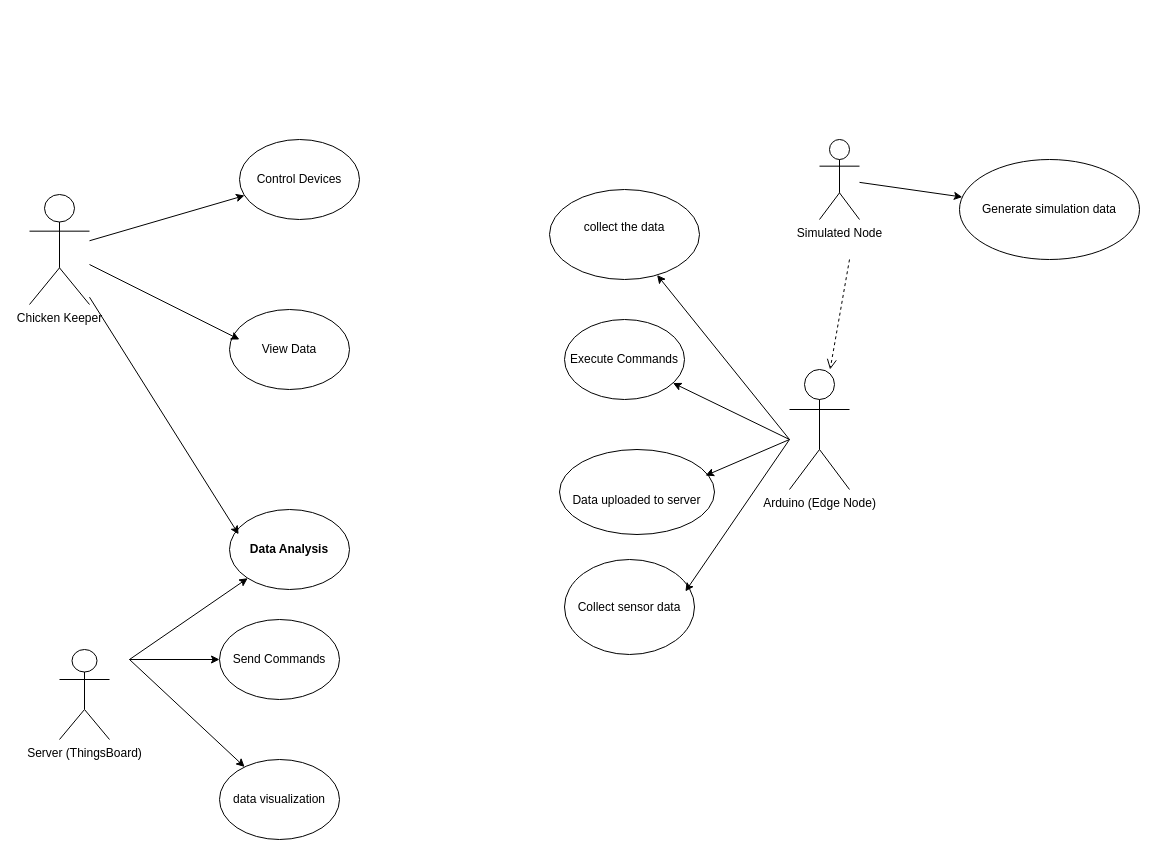
XingxingLiao/TEST keeps this draw.io diagram as Requirement_UseCase_Diagram.drawio. Above is the earlier version. Source tidied: cells renumbered, new cells numbered last; positions are measured from the earlier drawing's top-left corner, leaving out a move shared by most shapes. Both pictures are drawn from the tidied source at 100%, with x=0, y=0 at pixel (29, 139).
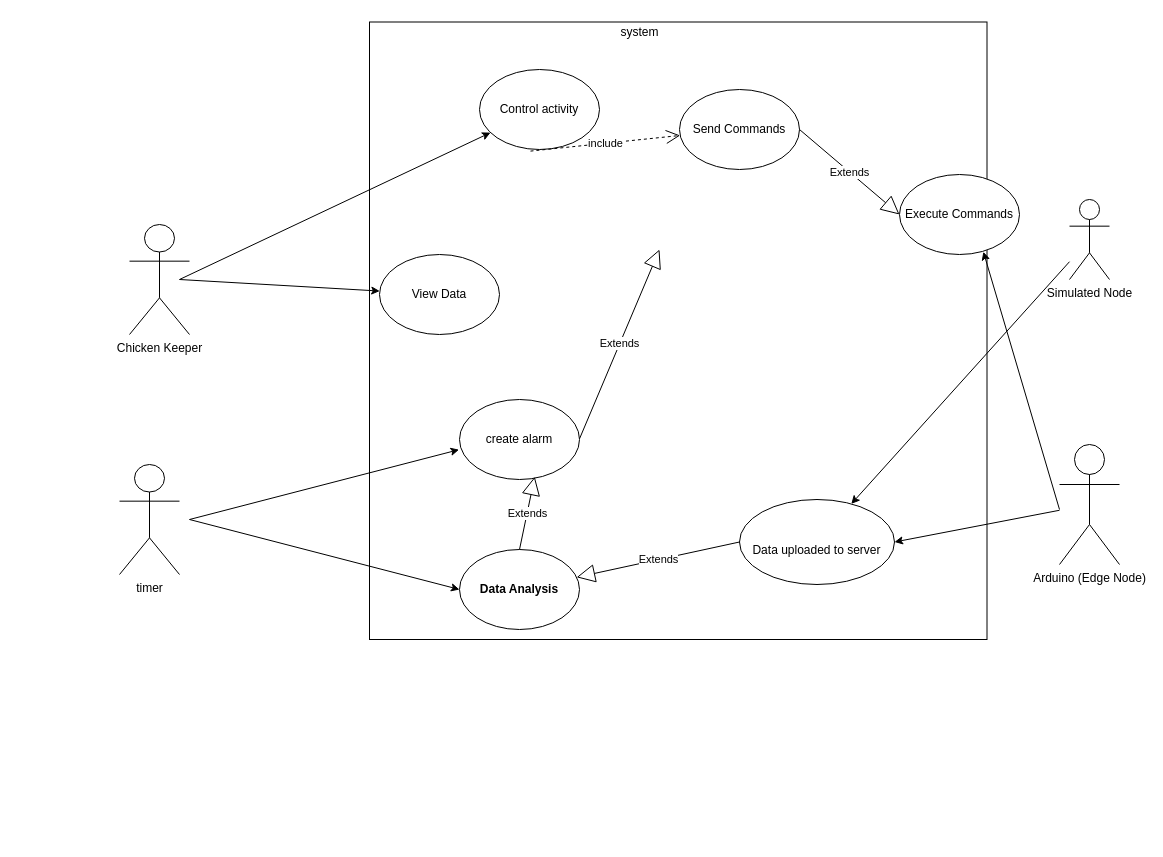
The same page after the edit.

Change to the diagram source:
```diff
@@
-    <mxCell id="2" value="Chicken Keeper" style="shape=umlActor;verticalLabelPosition=bottom;verticalAlign=top;html=1;outlineConnect=0;" parent="1" vertex="1">
-      <mxGeometry y="55" width="60" height="110" as="geometry" />
+    <mxCell id="2" value="Chicken Keeper" style="shape=umlActor;verticalLabelPosition=bottom;verticalAlign=top;html=1;outlineConnect=0;labelBackgroundColor=none;" parent="1" vertex="1">
+      <mxGeometry x="100" y="85" width="60" height="110" as="geometry" />
     </mxCell>
-    <mxCell id="3" value="collect the data&lt;div&gt;&lt;br&gt;&lt;/div&gt;" style="ellipse;whiteSpace=wrap;html=1;" parent="1" vertex="1">
-      <mxGeometry x="520" y="50" width="150" height="90" as="geometry" />
-    </mxCell>
-    <mxCell id="4" value="Arduino (Edge Node)" style="shape=umlActor;verticalLabelPosition=bottom;verticalAlign=top;html=1;outlineConnect=0;" parent="1" vertex="1">
-      <mxGeometry x="760" y="230" width="60" height="120" as="geometry" />
+    <mxCell id="4" value="Arduino (Edge Node)" style="shape=umlActor;verticalLabelPosition=bottom;verticalAlign=top;html=1;outlineConnect=0;labelBackgroundColor=none;" parent="1" vertex="1">
+      <mxGeometry x="1030" y="305" width="60" height="120" as="geometry" />
     </mxCell>
+    <mxCell id="20" value="Simulated Node" style="shape=umlActor;verticalLabelPosition=bottom;verticalAlign=top;html=1;outlineConnect=0;labelBackgroundColor=none;" parent="1" vertex="1">
+      <mxGeometry x="1040" y="60" width="40" height="80" as="geometry" />
+    </mxCell>
+    <mxCell id="28" style="whiteSpace=wrap;html=1;labelBackgroundColor=none;" parent="1" vertex="1">
+      <mxGeometry x="340" y="-117.5" width="617.5" height="617.5" as="geometry" />
+    </mxCell>
+    <mxCell id="29" value="Control activity" style="ellipse;whiteSpace=wrap;html=1;labelBackgroundColor=none;" parent="1" vertex="1">
+      <mxGeometry x="450" y="-70" width="120" height="80" as="geometry" />
+    </mxCell>
+    <mxCell id="9" value="View Data" style="ellipse;whiteSpace=wrap;html=1;labelBackgroundColor=none;" parent="1" vertex="1">
+      <mxGeometry x="350" y="115" width="120" height="80" as="geometry" />
+    </mxCell>
+    <mxCell id="7" value="&lt;strong&gt;Data Analysis&lt;/strong&gt;" style="ellipse;whiteSpace=wrap;html=1;labelBackgroundColor=none;" parent="1" vertex="1">
+      <mxGeometry x="430" y="410" width="120" height="80" as="geometry" />
+    </mxCell>
+    <mxCell id="23" value="Send Commands" style="ellipse;whiteSpace=wrap;html=1;labelBackgroundColor=none;" parent="1" vertex="1">
+      <mxGeometry x="650" y="-50" width="120" height="80" as="geometry" />
+    </mxCell>
+    <mxCell id="14" value="Execute Commands" style="ellipse;whiteSpace=wrap;html=1;labelBackgroundColor=none;" parent="1" vertex="1">
+      <mxGeometry x="870" y="35" width="120" height="80" as="geometry" />
+    </mxCell>
-    <mxCell id="5" value="&lt;div style=&quot;text-wrap-mode: nowrap;&quot;&gt;&lt;br&gt;&lt;/div&gt;&lt;div style=&quot;text-wrap-mode: nowrap;&quot;&gt;Data uploaded to server&lt;/div&gt;" style="ellipse;whiteSpace=wrap;html=1;" parent="1" vertex="1">
-      <mxGeometry x="530" y="310" width="155" height="85" as="geometry" />
+    <mxCell id="5" value="&lt;div style=&quot;text-wrap-mode: nowrap;&quot;&gt;&lt;br&gt;&lt;/div&gt;&lt;div style=&quot;text-wrap-mode: nowrap;&quot;&gt;Data uploaded to server&lt;/div&gt;" style="ellipse;whiteSpace=wrap;html=1;labelBackgroundColor=none;" parent="1" vertex="1">
+      <mxGeometry x="710" y="360" width="155" height="85" as="geometry" />
     </mxCell>
-    <mxCell id="6" value="&lt;span style=&quot;text-wrap-mode: nowrap;&quot;&gt;data visualization&lt;/span&gt;" style="ellipse;whiteSpace=wrap;html=1;" parent="1" vertex="1">
-      <mxGeometry x="190" y="620" width="120" height="80" as="geometry" />
-    </mxCell>
-    <mxCell id="7" value="&lt;strong&gt;Data Analysis&lt;/strong&gt;" style="ellipse;whiteSpace=wrap;html=1;" parent="1" vertex="1">
-      <mxGeometry x="200" y="370" width="120" height="80" as="geometry" />
-    </mxCell>
-    <mxCell id="8" value="&lt;span style=&quot;text-wrap-mode: nowrap;&quot;&gt;Generate simulation data&lt;/span&gt;" style="ellipse;whiteSpace=wrap;html=1;" parent="1" vertex="1">
-      <mxGeometry x="930" y="20" width="180" height="100" as="geometry" />
-    </mxCell>
-    <mxCell id="9" value="View Data" style="ellipse;whiteSpace=wrap;html=1;" parent="1" vertex="1">
-      <mxGeometry x="200" y="170" width="120" height="80" as="geometry" />
-    </mxCell>
-    <mxCell id="10" value="Control Devices" style="ellipse;whiteSpace=wrap;html=1;" parent="1" vertex="1">
-      <mxGeometry x="210" width="120" height="80" as="geometry" />
-    </mxCell>
-    <mxCell id="11" style="endArrow=classic;html=1;rounded=0;entryX=0.076;entryY=0.31;entryDx=0;entryDy=0;entryPerimeter=0;" parent="1" edge="1" source="2" target="7">
-      <mxGeometry relative="1" as="geometry" />
-    </mxCell>
-    <mxCell id="12" style="endArrow=classic;html=1;rounded=0;entryX=0.083;entryY=0.375;entryDx=0;entryDy=0;entryPerimeter=0;" parent="1" edge="1" source="2" target="9">
-      <mxGeometry relative="1" as="geometry" />
-    </mxCell>
-    <mxCell id="13" style="endArrow=classic;html=1;rounded=0;" parent="1" edge="1" source="2" target="10">
-      <mxGeometry relative="1" as="geometry" />
-    </mxCell>
-    <mxCell id="14" value="Execute Commands" style="ellipse;whiteSpace=wrap;html=1;" parent="1" vertex="1">
-      <mxGeometry x="535" y="180" width="120" height="80" as="geometry" />
-    </mxCell>
-    <mxCell id="15" value="&lt;span style=&quot;text-wrap-mode: nowrap;&quot;&gt;Collect sensor data&lt;/span&gt;" style="ellipse;whiteSpace=wrap;html=1;" parent="1" vertex="1">
-      <mxGeometry x="535" y="420" width="130" height="95" as="geometry" />
-    </mxCell>
-    <mxCell id="16" style="endArrow=classic;html=1;rounded=0;" parent="1" edge="1" target="3">
-      <mxGeometry relative="1" as="geometry">
-        <mxPoint x="760" y="300" as="sourcePoint" />
-      </mxGeometry>
-    </mxCell>
-    <mxCell id="17" style="endArrow=classic;html=1;rounded=0;" parent="1" edge="1" target="14">
-      <mxGeometry relative="1" as="geometry">
-        <mxPoint x="760" y="300" as="sourcePoint" />
-      </mxGeometry>
-    </mxCell>
-    <mxCell id="18" style="endArrow=classic;html=1;rounded=0;entryX=0.942;entryY=0.307;entryDx=0;entryDy=0;entryPerimeter=0;" parent="1" edge="1" target="5">
-      <mxGeometry relative="1" as="geometry">
-        <mxPoint x="760" y="300" as="sourcePoint" />
-      </mxGeometry>
-    </mxCell>
-    <mxCell id="19" style="endArrow=classic;html=1;rounded=0;entryX=0.93;entryY=0.336;entryDx=0;entryDy=0;entryPerimeter=0;" parent="1" edge="1" target="15">
-      <mxGeometry relative="1" as="geometry">
-        <mxPoint x="760" y="300" as="sourcePoint" />
-      </mxGeometry>
-    </mxCell>
-    <mxCell id="20" value="Simulated Node" style="shape=umlActor;verticalLabelPosition=bottom;verticalAlign=top;html=1;outlineConnect=0;" parent="1" vertex="1">
-      <mxGeometry x="790" width="40" height="80" as="geometry" />
-    </mxCell>
-    <mxCell id="21" style="endArrow=classic;html=1;rounded=0;" parent="1" edge="1" source="20" target="8">
-      <mxGeometry relative="1" as="geometry" />
-    </mxCell>
-    <mxCell id="22" value="Server (ThingsBoard)" style="shape=umlActor;verticalLabelPosition=bottom;verticalAlign=top;html=1;" parent="1" vertex="1">
-      <mxGeometry x="30" y="510" width="50" height="90" as="geometry" />
-    </mxCell>
-    <mxCell id="23" value="Send Commands" style="ellipse;whiteSpace=wrap;html=1;" parent="1" vertex="1">
-      <mxGeometry x="190" y="480" width="120" height="80" as="geometry" />
-    </mxCell>
-    <mxCell id="24" style="endArrow=classic;html=1;rounded=0;entryX=0;entryY=0.5;entryDx=0;entryDy=0;" parent="1" edge="1" target="23">
-      <mxGeometry relative="1" as="geometry">
-        <mxPoint x="100" y="520" as="sourcePoint" />
-      </mxGeometry>
-    </mxCell>
-    <mxCell id="25" style="endArrow=classic;html=1;rounded=0;" parent="1" edge="1" target="6">
-      <mxGeometry relative="1" as="geometry">
-        <mxPoint x="100" y="520" as="sourcePoint" />
-      </mxGeometry>
-    </mxCell>
-    <mxCell id="26" style="endArrow=classic;html=1;rounded=0;" parent="1" edge="1" target="7">
-      <mxGeometry relative="1" as="geometry">
-        <mxPoint x="100" y="520" as="sourcePoint" />
-      </mxGeometry>
-    </mxCell>
-    <mxCell id="27" style="html=1;verticalAlign=bottom;endArrow=open;dashed=1;endSize=8;curved=0;rounded=0;" parent="1" edge="1" target="4">
-      <mxGeometry relative="1" as="geometry">
-        <mxPoint x="820" y="120" as="sourcePoint" />
-      </mxGeometry>
-    </mxCell>
+    <mxCell id="30" value="&lt;font color=&quot;#000000&quot;&gt;system&lt;/font&gt;" style="text;html=1;align=center;verticalAlign=middle;strokeColor=none;fillColor=none;labelBackgroundColor=none;" parent="1" vertex="1">
+      <mxGeometry x="580" y="-122" width="60" height="30" as="geometry" />
+    </mxCell>
+    <mxCell id="31" value="timer&lt;div&gt;&lt;br&gt;&lt;/div&gt;" style="shape=umlActor;verticalLabelPosition=bottom;verticalAlign=top;html=1;labelBackgroundColor=none;" parent="1" vertex="1">
+      <mxGeometry x="90" y="325" width="60" height="110" as="geometry" />
+    </mxCell>
+    <mxCell id="32" style="endArrow=classic;html=1;rounded=0;fontColor=default;entryX=0;entryY=0.5;entryDx=0;entryDy=0;textShadow=1;labelBackgroundColor=none;" parent="1" edge="1" target="7">
+      <mxGeometry relative="1" as="geometry">
+        <mxPoint x="160" y="380" as="sourcePoint" />
+      </mxGeometry>
+    </mxCell>
+    <mxCell id="33" value="create alarm" style="ellipse;whiteSpace=wrap;html=1;" parent="1" vertex="1">
+      <mxGeometry x="430" y="260" width="120" height="80" as="geometry" />
+    </mxCell>
+    <mxCell id="34" style="endArrow=classic;html=1;rounded=0;" parent="1" edge="1" target="9">
+      <mxGeometry relative="1" as="geometry">
+        <mxPoint x="150" y="140" as="sourcePoint" />
+      </mxGeometry>
+    </mxCell>
+    <mxCell id="35" style="endArrow=classic;html=1;rounded=0;" parent="1" edge="1" target="29">
+      <mxGeometry relative="1" as="geometry">
+        <mxPoint x="150" y="140" as="sourcePoint" />
+      </mxGeometry>
+    </mxCell>
+    <mxCell id="36" style="endArrow=classic;html=1;rounded=0;entryX=1;entryY=0.5;entryDx=0;entryDy=0;" parent="1" edge="1" source="4" target="5">
+      <mxGeometry relative="1" as="geometry" />
+    </mxCell>
+    <mxCell id="37" style="endArrow=classic;html=1;rounded=0;" parent="1" edge="1" source="20" target="5">
+      <mxGeometry relative="1" as="geometry" />
+    </mxCell>
+    <mxCell id="38" value="Extends" style="endArrow=block;endSize=16;endFill=0;html=1;rounded=0;exitX=0;exitY=0.5;exitDx=0;exitDy=0;" parent="1" edge="1" source="5" target="7">
+      <mxGeometry relative="1" as="geometry" />
+    </mxCell>
+    <mxCell id="39" style="endArrow=classic;html=1;rounded=0;entryX=-0.004;entryY=0.627;entryDx=0;entryDy=0;entryPerimeter=0;" parent="1" edge="1" target="33">
+      <mxGeometry relative="1" as="geometry">
+        <mxPoint x="160" y="380" as="sourcePoint" />
+      </mxGeometry>
+    </mxCell>
+    <mxCell id="40" value="Extends" style="endArrow=block;endSize=16;endFill=0;html=1;rounded=0;exitX=1;exitY=0.5;exitDx=0;exitDy=0;entryX=0;entryY=0.5;entryDx=0;entryDy=0;" parent="1" edge="1" source="23" target="14">
+      <mxGeometry relative="1" as="geometry" />
+    </mxCell>
+    <mxCell id="41" value="Extends" style="endArrow=block;endSize=16;endFill=0;html=1;rounded=0;" parent="1" edge="1">
+      <mxGeometry relative="1" as="geometry">
+        <mxPoint x="550" y="299.3" as="sourcePoint" />
+        <mxPoint x="630" y="110" as="targetPoint" />
+      </mxGeometry>
+    </mxCell>
+    <mxCell id="42" value="Extends" style="endArrow=block;endSize=16;endFill=0;html=1;rounded=0;entryX=0.627;entryY=0.966;entryDx=0;entryDy=0;entryPerimeter=0;" parent="1" edge="1" target="33">
+      <mxGeometry relative="1" as="geometry">
+        <mxPoint x="490" y="410" as="sourcePoint" />
+      </mxGeometry>
+    </mxCell>
+    <mxCell id="43" style="endArrow=classic;html=1;rounded=0;entryX=0.699;entryY=0.966;entryDx=0;entryDy=0;entryPerimeter=0;" parent="1" edge="1" target="14">
+      <mxGeometry relative="1" as="geometry">
+        <mxPoint x="1030" y="370" as="sourcePoint" />
+      </mxGeometry>
+    </mxCell>
+    <mxCell id="44" value="include" style="endArrow=open;endSize=12;dashed=1;html=1;rounded=0;strokeColor=default;align=center;verticalAlign=middle;fontFamily=Helvetica;fontSize=11;fontColor=default;labelBackgroundColor=default;exitX=0.425;exitY=1.02;exitDx=0;exitDy=0;exitPerimeter=0;" parent="1" edge="1" source="29" target="23">
+      <mxGeometry relative="1" as="geometry" />
+    </mxCell>
```
